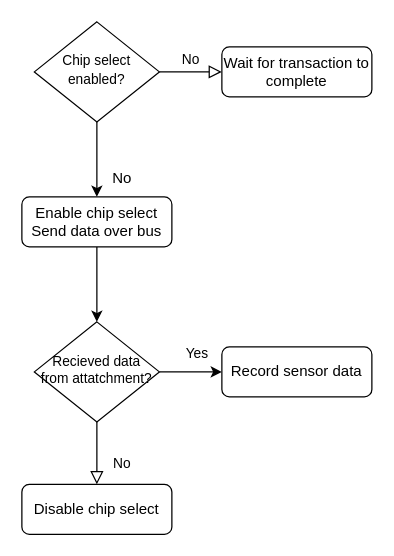
Above: test.dio in Kyle-912/HDL (draw.io), before the change. Source tidied: cells renumbered, new cells numbered last; positions are measured from the earlier drawing's top-left corner, leaving out a move shared by most shapes. Both pictures are drawn from the tidied source at 125%, with x=0, y=0 at pixel (21, 21).
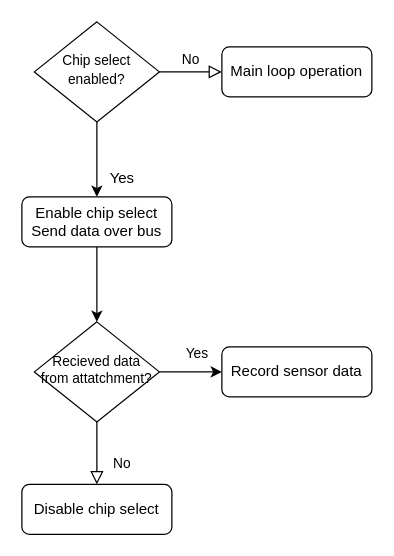
After the change.

What changed in the source:
```diff
@@
 <mxGraphModel>
   <root>
     <mxCell id="0" />
     <mxCell id="1" parent="0" />
     <mxCell id="2" style="edgeStyle=none;html=1;exitX=0.5;exitY=1;exitDx=0;exitDy=0;entryX=0.5;entryY=0;entryDx=0;entryDy=0;" parent="1" edge="1" source="3" target="10">
       <mxGeometry relative="1" as="geometry" />
     </mxCell>
     <mxCell id="3" value="Enable chip select&lt;br&gt;Send data over bus" style="rounded=1;whiteSpace=wrap;html=1;fontSize=12;glass=0;strokeWidth=1;shadow=0;" parent="1" vertex="1">
       <mxGeometry y="140" width="120" height="40" as="geometry" />
     </mxCell>
     <mxCell id="4" value="No" style="edgeStyle=orthogonalEdgeStyle;rounded=0;html=1;jettySize=auto;fontSize=11;endArrow=block;endFill=0;endSize=8;strokeWidth=1;shadow=0;labelBackgroundColor=none;" parent="1" edge="1" source="6" target="7">
       <mxGeometry y="10" relative="1" as="geometry" />
     </mxCell>
     <mxCell id="5" style="edgeStyle=none;html=1;exitX=0.5;exitY=1;exitDx=0;exitDy=0;entryX=0.5;entryY=0;entryDx=0;entryDy=0;" parent="1" edge="1" source="6" target="3">
       <mxGeometry relative="1" as="geometry">
         <Array as="points">
           <mxPoint x="60" y="110" />
         </Array>
       </mxGeometry>
     </mxCell>
     <mxCell id="6" value="&lt;font style=&quot;font-size: 11px;&quot;&gt;Chip select enabled?&lt;/font&gt;" style="rhombus;whiteSpace=wrap;html=1;shadow=0;fontFamily=Helvetica;fontSize=12;align=center;strokeWidth=1;spacing=6;spacingTop=-4;" parent="1" vertex="1">
       <mxGeometry x="10" width="100" height="80" as="geometry" />
     </mxCell>
-    <mxCell id="7" value="Wait for transaction to complete" style="rounded=1;whiteSpace=wrap;html=1;fontSize=12;glass=0;strokeWidth=1;shadow=0;" parent="1" vertex="1">
+    <mxCell id="7" value="Main loop operation" style="rounded=1;whiteSpace=wrap;html=1;fontSize=12;glass=0;strokeWidth=1;shadow=0;" parent="1" vertex="1">
       <mxGeometry x="160" y="20" width="120" height="40" as="geometry" />
     </mxCell>
     <mxCell id="8" value="No" style="rounded=0;html=1;jettySize=auto;fontSize=11;endArrow=block;endFill=0;endSize=8;strokeWidth=1;shadow=0;labelBackgroundColor=none;edgeStyle=orthogonalEdgeStyle;" parent="1" edge="1" source="10" target="11">
       <mxGeometry x="0.33" y="20" relative="1" as="geometry" />
     </mxCell>
     <mxCell id="9" style="edgeStyle=none;html=1;exitX=1;exitY=0.5;exitDx=0;exitDy=0;entryX=0;entryY=0.5;entryDx=0;entryDy=0;fontSize=11;" parent="1" edge="1" source="10" target="12">
       <mxGeometry relative="1" as="geometry" />
     </mxCell>
     <mxCell id="10" value="&lt;p style=&quot;line-height: 110%; font-size: 11px;&quot;&gt;Recieved data from attatchment?&lt;/p&gt;" style="rhombus;whiteSpace=wrap;html=1;shadow=0;fontFamily=Helvetica;fontSize=12;align=center;strokeWidth=1;spacing=6;spacingTop=-4;" parent="1" vertex="1">
       <mxGeometry x="10" y="240" width="100" height="80" as="geometry" />
     </mxCell>
     <mxCell id="11" value="Disable chip select" style="rounded=1;whiteSpace=wrap;html=1;fontSize=12;glass=0;strokeWidth=1;shadow=0;" parent="1" vertex="1">
       <mxGeometry y="370" width="120" height="40" as="geometry" />
     </mxCell>
     <mxCell id="12" value="Record sensor data" style="rounded=1;whiteSpace=wrap;html=1;fontSize=12;glass=0;strokeWidth=1;shadow=0;" parent="1" vertex="1">
       <mxGeometry x="160" y="260" width="120" height="40" as="geometry" />
     </mxCell>
-    <mxCell id="13" value="No" style="text;html=1;align=center;verticalAlign=middle;strokeColor=none;fillColor=none;" parent="1" vertex="1">
+    <mxCell id="13" value="Yes" style="text;html=1;align=center;verticalAlign=middle;strokeColor=none;fillColor=none;" parent="1" vertex="1">
       <mxGeometry x="60" y="110" width="40" height="30" as="geometry" />
     </mxCell>
     <mxCell id="14" value="Yes" style="text;html=1;align=center;verticalAlign=middle;strokeColor=none;fillColor=none;fontSize=11;" parent="1" vertex="1">
       <mxGeometry x="120" y="250" width="40" height="30" as="geometry" />
     </mxCell>
   </root>
 </mxGraphModel>
```
